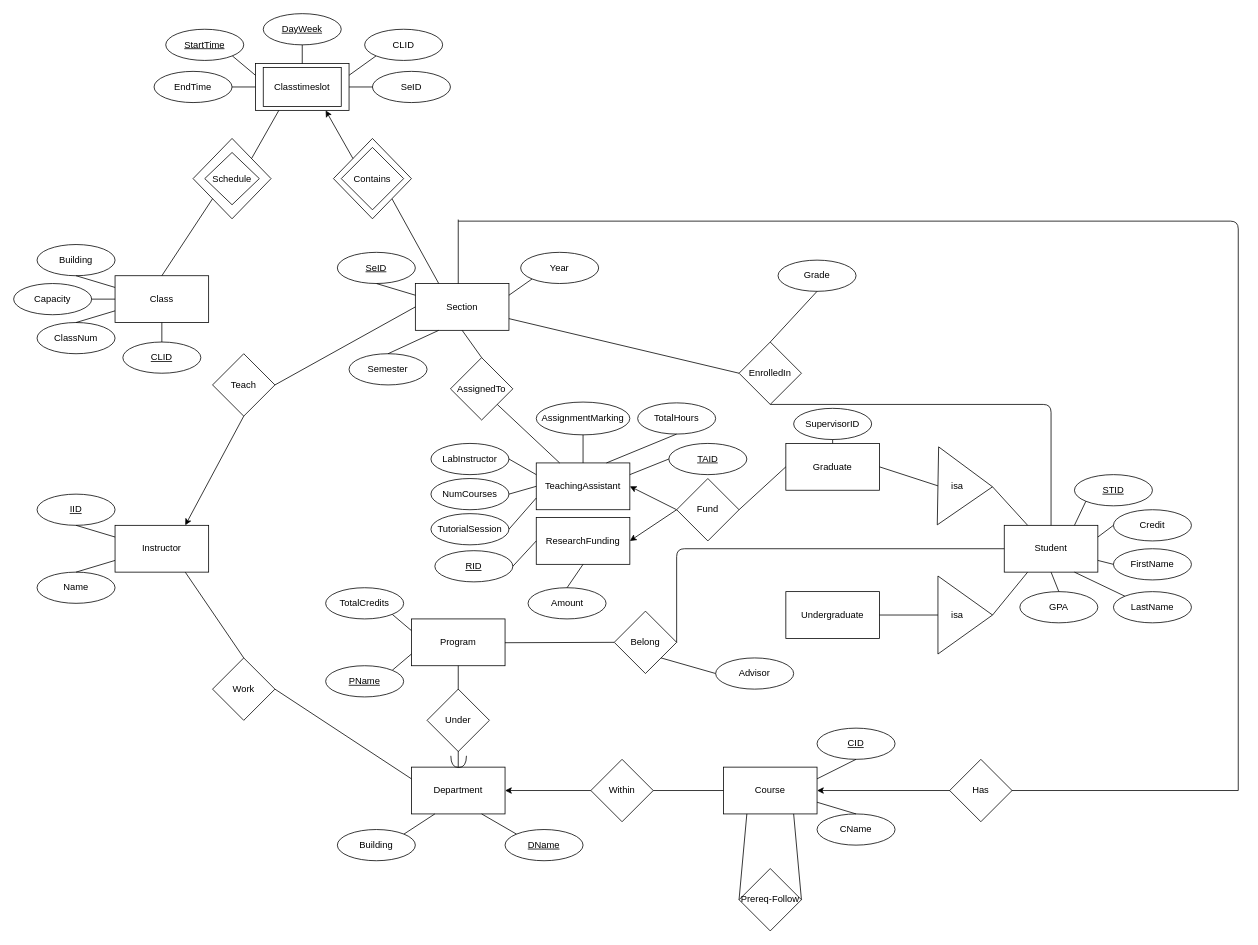
DPigeon/University-Database keeps this draw.io diagram as database/FinalWarmUpDiagram.drawio. Above is the earlier version. Source tidied: cells renumbered, new cells numbered last; positions are measured from the earlier drawing's top-left corner, leaving out a move shared by most shapes. Both pictures are drawn from the tidied source at 78%, with x=0, y=0 at pixel (13, 13).
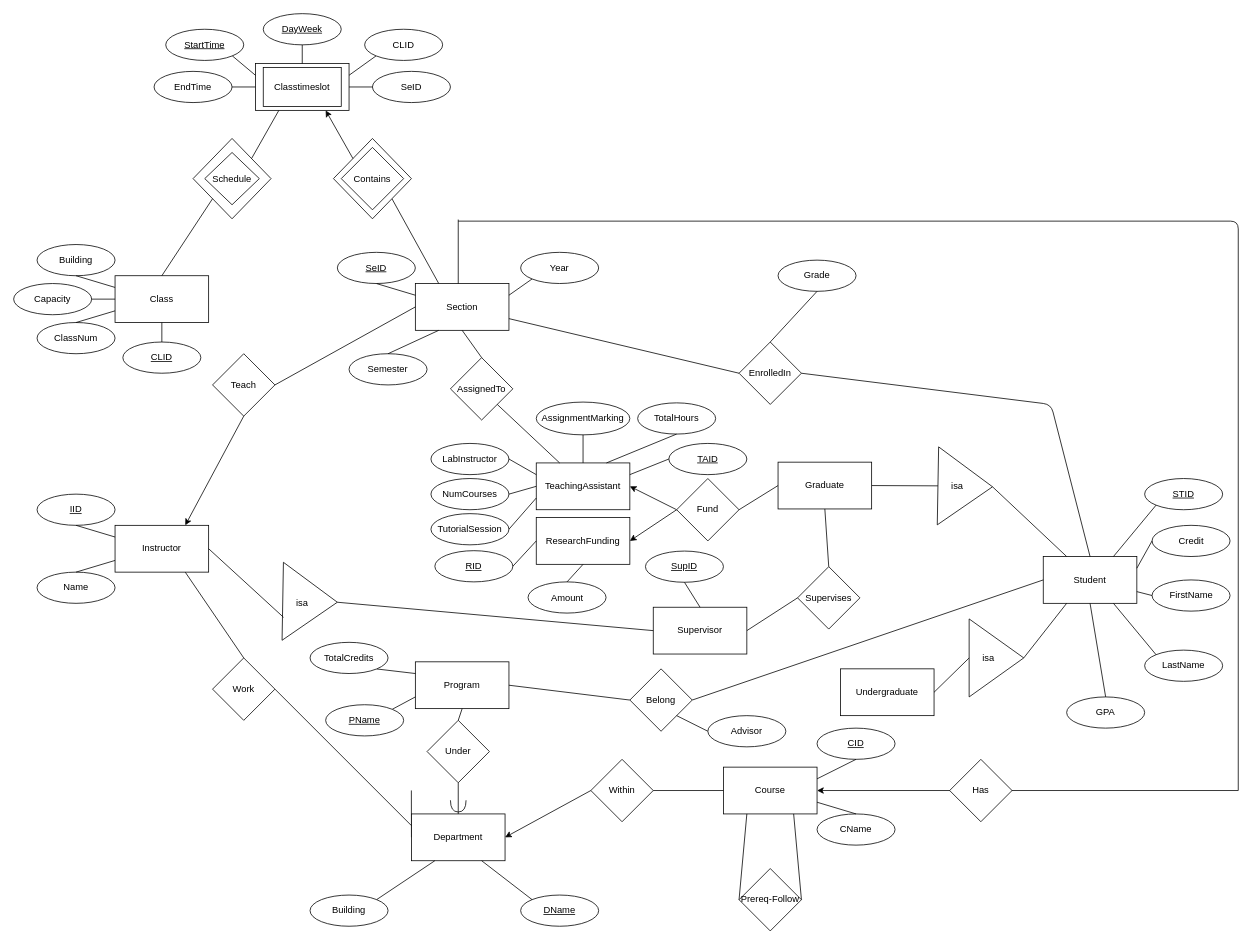
The same page after the edit.

Commit message (it also covers changes not shown here):
Added Supervisor relation in Diagram

Unchanged cells that the change refers to:
```xml
<mxCell id="19" value="Instructor" style="rounded=0;whiteSpace=wrap;html=1;" parent="1" vertex="1">
  <mxGeometry x="130" y="656" width="120" height="60" as="geometry" />
</mxCell>
<mxCell id="38" value="EnrolledIn" style="rhombus;whiteSpace=wrap;html=1;" parent="1" vertex="1">
  <mxGeometry x="930" y="421" width="80" height="80" as="geometry" />
</mxCell>
```

Diff of the diagram source:
```diff
@@
     <mxCell id="3" value="Department" style="rounded=0;whiteSpace=wrap;html=1;" parent="1" vertex="1">
-      <mxGeometry x="510" y="966" width="120" height="60" as="geometry" />
+      <mxGeometry x="510" y="1026" width="120" height="60" as="geometry" />
     </mxCell>
     <mxCell id="4" value="&lt;u&gt;DName&lt;/u&gt;" style="ellipse;whiteSpace=wrap;html=1;" parent="1" vertex="1">
-      <mxGeometry x="630" y="1046" width="100" height="40" as="geometry" />
+      <mxGeometry x="650" y="1130" width="100" height="40" as="geometry" />
     </mxCell>
@@
     <mxCell id="6" value="Building" style="ellipse;whiteSpace=wrap;html=1;" parent="1" vertex="1">
-      <mxGeometry x="415" y="1046" width="100" height="40" as="geometry" />
+      <mxGeometry x="380" y="1130" width="100" height="40" as="geometry" />
     </mxCell>
@@
     <mxCell id="24" value="Student" style="rounded=0;whiteSpace=wrap;html=1;" parent="1" vertex="1">
-      <mxGeometry x="1270" y="656" width="120" height="60" as="geometry" />
+      <mxGeometry x="1320" y="696" width="120" height="60" as="geometry" />
     </mxCell>
-    <mxCell id="25" style="endArrow=none;html=1;entryX=0.5;entryY=0;entryDx=0;entryDy=0;" parent="1" edge="1" target="3">
-      <mxGeometry relative="1" as="geometry">
-        <mxPoint x="570" y="866" as="sourcePoint" />
-      </mxGeometry>
+    <mxCell id="25" style="endArrow=none;html=1;entryX=0.5;entryY=0;entryDx=0;entryDy=0;" parent="1" edge="1" source="110" target="3">
+      <mxGeometry relative="1" as="geometry" />
     </mxCell>
     <mxCell id="26" value="Program" style="rounded=0;whiteSpace=wrap;html=1;" parent="1" vertex="1">
-      <mxGeometry x="510" y="776" width="120" height="60" as="geometry" />
+      <mxGeometry x="515" y="831" width="120" height="60" as="geometry" />
     </mxCell>
     <mxCell id="27" value="&lt;u&gt;STID&lt;/u&gt;" style="ellipse;whiteSpace=wrap;html=1;" parent="1" vertex="1">
-      <mxGeometry x="1360" y="591" width="100" height="40" as="geometry" />
+      <mxGeometry x="1450" y="596" width="100" height="40" as="geometry" />
     </mxCell>
     <mxCell id="28" value="FirstName" style="ellipse;whiteSpace=wrap;html=1;" parent="1" vertex="1">
-      <mxGeometry x="1410" y="686" width="100" height="40" as="geometry" />
+      <mxGeometry x="1459.5" y="726" width="100" height="40" as="geometry" />
     </mxCell>
     <mxCell id="29" value="LastName" style="ellipse;whiteSpace=wrap;html=1;" parent="1" vertex="1">
-      <mxGeometry x="1410" y="741" width="100" height="40" as="geometry" />
+      <mxGeometry x="1450" y="816" width="100" height="40" as="geometry" />
     </mxCell>
@@
     <mxCell id="33" value="Under" style="rhombus;whiteSpace=wrap;html=1;" parent="1" vertex="1">
-      <mxGeometry x="530" y="866" width="80" height="80" as="geometry" />
+      <mxGeometry x="530" y="906" width="80" height="80" as="geometry" />
     </mxCell>
@@
-    <mxCell id="35" style="endArrow=none;html=1;entryX=1;entryY=0.5;entryDx=0;entryDy=0;entryPerimeter=0;exitX=0;exitY=0.5;exitDx=0;exitDy=0;" parent="1" edge="1" source="93">
-      <mxGeometry relative="1" as="geometry">
-        <mxPoint x="629.9" y="806.5" as="targetPoint" />
-      </mxGeometry>
+    <mxCell id="35" style="endArrow=none;html=1;entryX=1;entryY=0.5;entryDx=0;entryDy=0;exitX=0;exitY=0.5;exitDx=0;exitDy=0;" parent="1" edge="1" source="93" target="26">
+      <mxGeometry relative="1" as="geometry" />
     </mxCell>
@@
     <mxCell id="60" value="&lt;u&gt;PName&lt;/u&gt;" style="ellipse;whiteSpace=wrap;html=1;" parent="1" vertex="1">
-      <mxGeometry x="400" y="836" width="100" height="40" as="geometry" />
+      <mxGeometry x="400" y="886" width="100" height="40" as="geometry" />
     </mxCell>
@@
-    <mxCell id="67" value="SupervisorID" style="ellipse;whiteSpace=wrap;html=1;" parent="1" vertex="1">
-      <mxGeometry x="1000" y="506" width="100" height="40" as="geometry" />
-    </mxCell>
-    <mxCell id="68" style="endArrow=none;html=1;entryX=0.5;entryY=1;entryDx=0;entryDy=0;exitX=0.5;exitY=0;exitDx=0;exitDy=0;" parent="1" edge="1" source="24" target="38">
+    <mxCell id="68" style="endArrow=none;html=1;entryX=1;entryY=0.5;entryDx=0;entryDy=0;exitX=0.5;exitY=0;exitDx=0;exitDy=0;" parent="1" edge="1" source="24" target="38">
       <mxGeometry relative="1" as="geometry">
         <Array as="points">
           <mxPoint x="1330" y="501" />
         </Array>
       </mxGeometry>
     </mxCell>
     <mxCell id="69" value="GPA" style="ellipse;whiteSpace=wrap;html=1;" parent="1" vertex="1">
-      <mxGeometry x="1290" y="741" width="100" height="40" as="geometry" />
+      <mxGeometry x="1350" y="876" width="100" height="40" as="geometry" />
     </mxCell>
@@
-    <mxCell id="71" style="endArrow=none;html=1;entryX=0.5;entryY=1;entryDx=0;entryDy=0;exitX=0.5;exitY=0;exitDx=0;exitDy=0;" parent="1" edge="1" source="90" target="67">
-      <mxGeometry relative="1" as="geometry" />
-    </mxCell>
@@
     <mxCell id="85" style="verticalLabelPosition=bottom;verticalAlign=top;html=1;shape=mxgraph.basic.acute_triangle;dx=0.5;rotation=90;" parent="1" vertex="1">
-      <mxGeometry x="1170" y="736" width="100" height="70" as="geometry" />
+      <mxGeometry x="1210" y="791" width="100" height="70" as="geometry" />
     </mxCell>
@@
     <mxCell id="87" value="isa" style="text;html=1;strokeColor=none;fillColor=none;align=center;verticalAlign=middle;whiteSpace=wrap;rounded=0;" parent="1" vertex="1">
-      <mxGeometry x="1190" y="761" width="40" height="20" as="geometry" />
+      <mxGeometry x="1230" y="816" width="40" height="20" as="geometry" />
     </mxCell>
@@
     <mxCell id="90" value="Graduate" style="rounded=0;whiteSpace=wrap;html=1;" parent="1" vertex="1">
-      <mxGeometry x="990" y="551" width="120" height="60" as="geometry" />
+      <mxGeometry x="980" y="575" width="120" height="60" as="geometry" />
     </mxCell>
     <mxCell id="91" value="Undergraduate" style="rounded=0;whiteSpace=wrap;html=1;" parent="1" vertex="1">
-      <mxGeometry x="990" y="741" width="120" height="60" as="geometry" />
+      <mxGeometry x="1060" y="840" width="120" height="60" as="geometry" />
     </mxCell>
@@
     <mxCell id="93" value="Belong" style="rhombus;whiteSpace=wrap;html=1;" parent="1" vertex="1">
-      <mxGeometry x="770" y="766" width="80" height="80" as="geometry" />
+      <mxGeometry x="790" y="840" width="80" height="80" as="geometry" />
     </mxCell>
@@
     <mxCell id="96" style="endArrow=none;html=1;entryX=1;entryY=0.5;entryDx=0;entryDy=0;exitX=0;exitY=0.5;exitDx=0;exitDy=0;" parent="1" edge="1" source="24" target="93">
-      <mxGeometry relative="1" as="geometry">
-        <Array as="points">
-          <mxPoint x="850" y="686" />
-        </Array>
-      </mxGeometry>
+      <mxGeometry relative="1" as="geometry" />
     </mxCell>
     <mxCell id="97" value="Credit" style="ellipse;whiteSpace=wrap;html=1;" parent="1" vertex="1">
-      <mxGeometry x="1410" y="636" width="100" height="40" as="geometry" />
+      <mxGeometry x="1459.5" y="656" width="100" height="40" as="geometry" />
     </mxCell>
@@
-    <mxCell id="110" style="shape=requiredInterface;html=1;verticalLabelPosition=bottom;rotation=90;" parent="1" vertex="1">
-      <mxGeometry x="563" y="949" width="15" height="20" as="geometry" />
-    </mxCell>
@@
     <mxCell id="112" value="TotalCredits" style="ellipse;whiteSpace=wrap;html=1;" parent="1" vertex="1">
-      <mxGeometry x="400" y="736" width="100" height="40" as="geometry" />
+      <mxGeometry x="380" y="806" width="100" height="40" as="geometry" />
     </mxCell>
@@
     <mxCell id="119" value="Advisor" style="ellipse;whiteSpace=wrap;html=1;" parent="1" vertex="1">
-      <mxGeometry x="900" y="826" width="100" height="40" as="geometry" />
+      <mxGeometry x="890" y="900" width="100" height="40" as="geometry" />
     </mxCell>
@@
     <mxCell id="121" value="Amount" style="ellipse;whiteSpace=wrap;html=1;" parent="1" vertex="1">
-      <mxGeometry x="659.5" y="736" width="100" height="40" as="geometry" />
+      <mxGeometry x="659.5" y="728.5" width="100" height="40" as="geometry" />
     </mxCell>
@@
+    <mxCell id="110" style="shape=requiredInterface;html=1;verticalLabelPosition=bottom;rotation=90;" parent="1" vertex="1">
+      <mxGeometry x="562.5" y="1006" width="15" height="20" as="geometry" />
+    </mxCell>
+    <mxCell id="138" style="endArrow=none;html=1;exitX=1;exitY=0.5;exitDx=0;exitDy=0;exitPerimeter=0;entryX=0.5;entryY=1;entryDx=0;entryDy=0;" parent="1" edge="1" source="110" target="33">
+      <mxGeometry relative="1" as="geometry" />
+    </mxCell>
+    <mxCell id="139" style="endArrow=none;html=1;entryX=0.5;entryY=1;entryDx=0;entryDy=0;exitX=0.5;exitY=0;exitDx=0;exitDy=0;" parent="1" edge="1" source="140" target="90">
+      <mxGeometry relative="1" as="geometry" />
+    </mxCell>
+    <mxCell id="140" value="Supervises" style="rhombus;whiteSpace=wrap;html=1;" parent="1" vertex="1">
+      <mxGeometry x="1005" y="709" width="80" height="80" as="geometry" />
+    </mxCell>
+    <mxCell id="141" style="endArrow=none;html=1;entryX=0;entryY=0.5;entryDx=0;entryDy=0;exitX=1;exitY=0.5;exitDx=0;exitDy=0;" parent="1" edge="1" source="142" target="140">
+      <mxGeometry relative="1" as="geometry" />
+    </mxCell>
+    <mxCell id="142" value="Supervisor" style="rounded=0;whiteSpace=wrap;html=1;" parent="1" vertex="1">
+      <mxGeometry x="820" y="761" width="120" height="60" as="geometry" />
+    </mxCell>
+    <mxCell id="143" value="&lt;u&gt;SupID&lt;br&gt;&lt;/u&gt;" style="ellipse;whiteSpace=wrap;html=1;" parent="1" vertex="1">
+      <mxGeometry x="810" y="689" width="100" height="40" as="geometry" />
+    </mxCell>
+    <mxCell id="144" style="endArrow=none;html=1;entryX=0.5;entryY=1;entryDx=0;entryDy=0;exitX=0.5;exitY=0;exitDx=0;exitDy=0;" parent="1" edge="1" source="142" target="143">
+      <mxGeometry relative="1" as="geometry" />
+    </mxCell>
+    <mxCell id="145" style="verticalLabelPosition=bottom;verticalAlign=top;html=1;shape=mxgraph.basic.acute_triangle;dx=0.5;rotation=91;" parent="1" vertex="1">
+      <mxGeometry x="330" y="719" width="100" height="70" as="geometry" />
+    </mxCell>
+    <mxCell id="146" value="isa" style="text;html=1;strokeColor=none;fillColor=none;align=center;verticalAlign=middle;whiteSpace=wrap;rounded=0;" parent="1" vertex="1">
+      <mxGeometry x="350" y="746" width="40" height="20" as="geometry" />
+    </mxCell>
+    <mxCell id="147" style="endArrow=none;html=1;entryX=0;entryY=0.5;entryDx=0;entryDy=0;exitX=0;exitY=0;exitDx=50;exitDy=0;exitPerimeter=0;" parent="1" edge="1" source="145" target="142">
+      <mxGeometry relative="1" as="geometry" />
+    </mxCell>
+    <mxCell id="148" style="endArrow=none;html=1;exitX=1;exitY=0.5;exitDx=0;exitDy=0;entryX=0.705;entryY=0.981;entryDx=0;entryDy=0;entryPerimeter=0;" parent="1" edge="1" source="19" target="145">
+      <mxGeometry relative="1" as="geometry" />
+    </mxCell>
```
